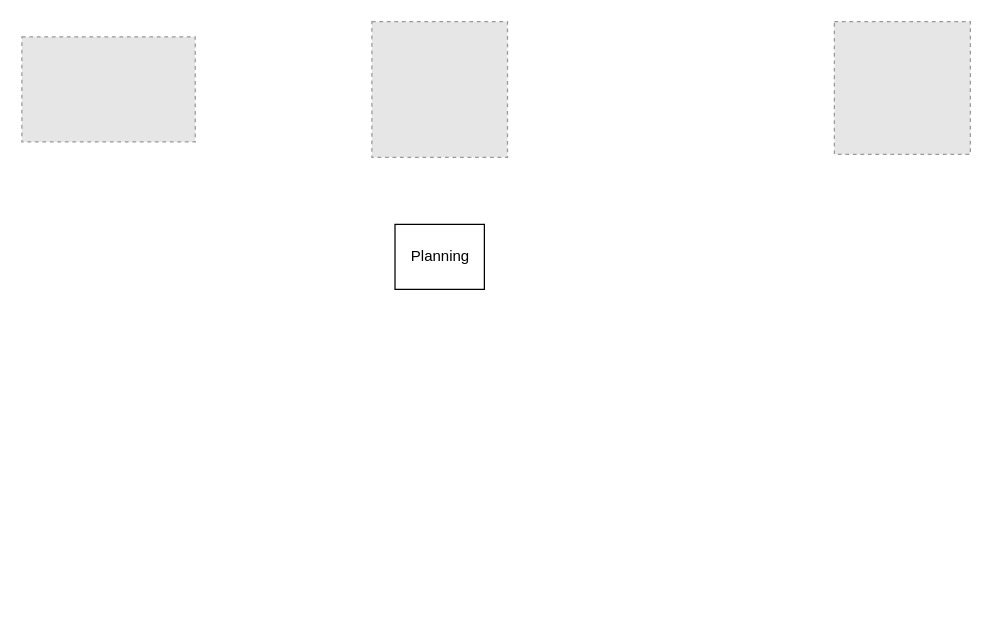
jontorfih/delay-ros keeps this draw.io diagram as Icon Yacht.drawio. Above is the earlier version. Source tidied: cells renumbered, new cells numbered last; positions are measured from the earlier drawing's top-left corner, leaving out a move shared by most shapes. Both pictures are drawn from the tidied source at 125%, with x=0, y=0 at pixel (21, 21). Pictures stored in the file or linked from it are replaced by grey dashed boxes.
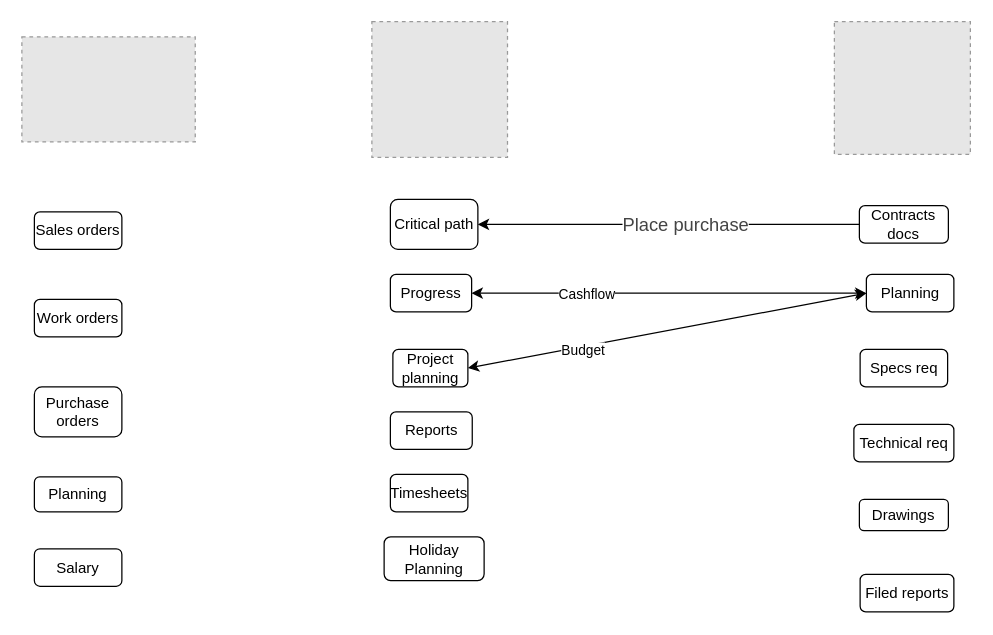
Above is the later version.

The edit, as a diff of the source:
```diff
@@
-    <mxCell id="5" value="Planning" style="rounded=0;whiteSpace=wrap;html=1;" parent="1" vertex="1">
-      <mxGeometry x="298.5" y="162" width="71.5" height="52" as="geometry" />
-    </mxCell>
+    <mxCell id="6" style="rounded=0;jettySize=auto;html=1;exitX=1;exitY=0.5;exitDx=0;exitDy=0;entryX=0;entryY=0.5;entryDx=0;entryDy=0;startArrow=classic;startFill=1;" parent="1" edge="1" source="8" target="26">
+      <mxGeometry relative="1" as="geometry" />
+    </mxCell>
+    <mxCell id="7" value="Budget" style="edgeLabel;html=1;align=center;verticalAlign=middle;" parent="6" vertex="1">
+      <mxGeometry x="-0.17" y="1" relative="1" as="geometry">
+        <mxPoint x="-41" y="11" as="offset" />
+      </mxGeometry>
+    </mxCell>
+    <mxCell id="8" value="Project planning" style="rounded=1;whiteSpace=wrap;html=1;" parent="1" vertex="1">
+      <mxGeometry x="296.8" y="262" width="60" height="30" as="geometry" />
+    </mxCell>
+    <mxCell id="9" value="Timesheets" style="rounded=1;whiteSpace=wrap;html=1;" parent="1" vertex="1">
+      <mxGeometry x="294.8" y="362" width="62" height="30" as="geometry" />
+    </mxCell>
+    <mxCell id="10" value="Sales orders" style="rounded=1;whiteSpace=wrap;html=1;" parent="1" vertex="1">
+      <mxGeometry x="10" y="152" width="70" height="30" as="geometry" />
+    </mxCell>
+    <mxCell id="11" style="edgeStyle=orthogonalEdgeStyle;rounded=0;jettySize=auto;html=1;exitX=0;exitY=0.5;exitDx=0;exitDy=0;entryX=1;entryY=0.5;entryDx=0;entryDy=0;" parent="1" edge="1" source="13" target="23">
+      <mxGeometry relative="1" as="geometry" />
+    </mxCell>
+    <mxCell id="12" value="&lt;span style=&quot;color: rgb(68, 68, 68); font-family: Calibri, sans-serif, &amp;quot;Mongolian Baiti&amp;quot;, &amp;quot;Microsoft Yi Baiti&amp;quot;, &amp;quot;Javanese Text&amp;quot;, &amp;quot;Yu Gothic&amp;quot;; font-size: 14.6667px; text-align: left;&quot;&gt;Place purchase&lt;/span&gt;" style="edgeLabel;html=1;align=center;verticalAlign=middle;" parent="11" vertex="1">
+      <mxGeometry x="-0.55" y="-1" relative="1" as="geometry">
+        <mxPoint x="-71" y="1" as="offset" />
+      </mxGeometry>
+    </mxCell>
+    <mxCell id="13" value="Contracts docs" style="rounded=1;whiteSpace=wrap;html=1;" parent="1" vertex="1">
+      <mxGeometry x="670" y="147" width="71.2" height="30" as="geometry" />
+    </mxCell>
+    <mxCell id="14" style="rounded=0;jettySize=auto;html=1;exitX=1;exitY=0.5;exitDx=0;exitDy=0;entryX=0;entryY=0.5;entryDx=0;entryDy=0;startArrow=classic;startFill=1;" parent="1" edge="1" source="16" target="26">
+      <mxGeometry relative="1" as="geometry" />
+    </mxCell>
+    <mxCell id="15" value="Cashflow" style="edgeLabel;html=1;align=center;verticalAlign=middle;" parent="14" vertex="1">
+      <mxGeometry x="-0.29" y="1" relative="1" as="geometry">
+        <mxPoint x="-20" y="1" as="offset" />
+      </mxGeometry>
+    </mxCell>
+    <mxCell id="16" value="Progress" style="rounded=1;whiteSpace=wrap;html=1;" parent="1" vertex="1">
+      <mxGeometry x="294.8" y="202" width="65" height="30" as="geometry" />
+    </mxCell>
+    <mxCell id="17" value="Reports" style="rounded=1;whiteSpace=wrap;html=1;" parent="1" vertex="1">
+      <mxGeometry x="294.8" y="312" width="65.5" height="30" as="geometry" />
+    </mxCell>
+    <mxCell id="18" value="Specs req" style="rounded=1;whiteSpace=wrap;html=1;" parent="1" vertex="1">
+      <mxGeometry x="670.6" y="262" width="70" height="30" as="geometry" />
+    </mxCell>
+    <mxCell id="19" value="Technical req" style="rounded=1;whiteSpace=wrap;html=1;" parent="1" vertex="1">
+      <mxGeometry x="665.6" y="322" width="80" height="30" as="geometry" />
+    </mxCell>
+    <mxCell id="20" value="Drawings" style="rounded=1;whiteSpace=wrap;html=1;" parent="1" vertex="1">
+      <mxGeometry x="670" y="382" width="71.2" height="25" as="geometry" />
+    </mxCell>
+    <mxCell id="21" value="Work orders" style="rounded=1;whiteSpace=wrap;html=1;" parent="1" vertex="1">
+      <mxGeometry x="10" y="222" width="70" height="30" as="geometry" />
+    </mxCell>
+    <mxCell id="22" value="Purchase orders" style="rounded=1;whiteSpace=wrap;html=1;" parent="1" vertex="1">
+      <mxGeometry x="10" y="292" width="70" height="40" as="geometry" />
+    </mxCell>
+    <mxCell id="23" value="Critical path" style="rounded=1;whiteSpace=wrap;html=1;" parent="1" vertex="1">
+      <mxGeometry x="294.8" y="142" width="70" height="40" as="geometry" />
+    </mxCell>
+    <mxCell id="24" value="Filed reports" style="rounded=1;whiteSpace=wrap;html=1;" parent="1" vertex="1">
+      <mxGeometry x="670.6" y="442" width="75" height="30" as="geometry" />
+    </mxCell>
+    <mxCell id="25" value="Holiday Planning" style="rounded=1;whiteSpace=wrap;html=1;" parent="1" vertex="1">
+      <mxGeometry x="289.8" y="412" width="80" height="35" as="geometry" />
+    </mxCell>
+    <mxCell id="26" value="Planning" style="rounded=1;whiteSpace=wrap;html=1;" parent="1" vertex="1">
+      <mxGeometry x="675.6" y="202" width="70" height="30" as="geometry" />
+    </mxCell>
+    <mxCell id="27" value="Planning" style="rounded=1;whiteSpace=wrap;html=1;" parent="1" vertex="1">
+      <mxGeometry x="10" y="364" width="70" height="28" as="geometry" />
+    </mxCell>
+    <mxCell id="28" value="Salary" style="rounded=1;whiteSpace=wrap;html=1;" parent="1" vertex="1">
+      <mxGeometry x="10" y="421.5" width="70" height="30" as="geometry" />
+    </mxCell>
```
